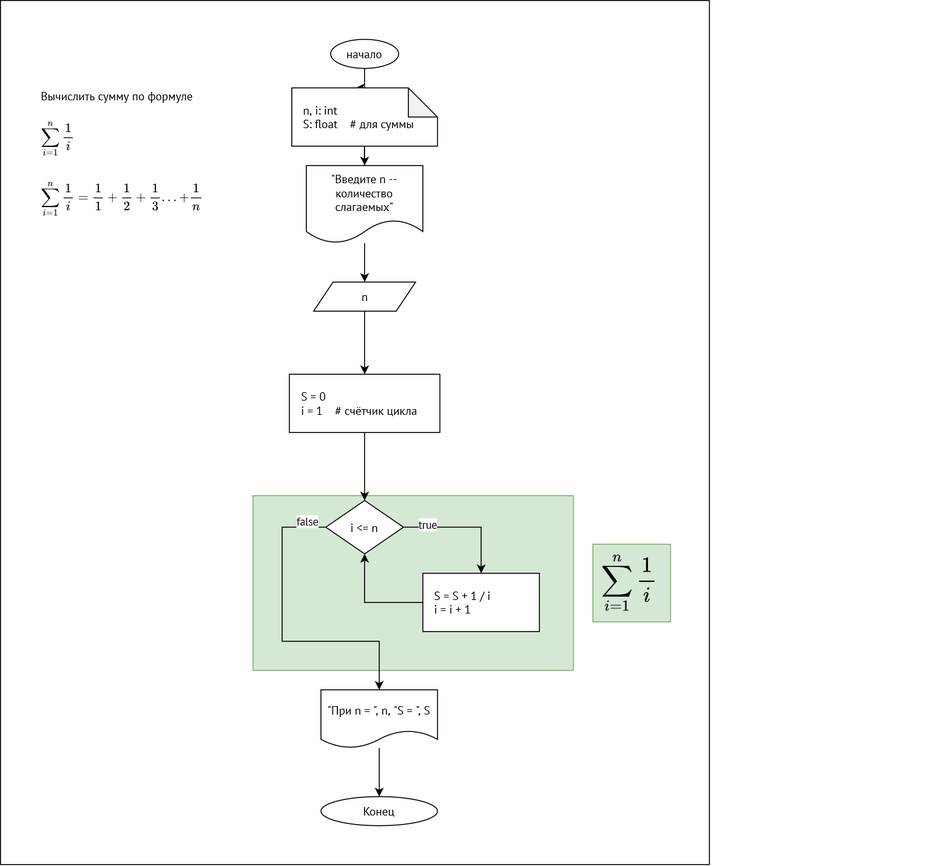
The draw.io diagram 2022_s/cycles_examples1.drawio.png in VetrovSV/Programming, before a commit. Source tidied: cells renumbered, new cells last; positions are measured from the earlier drawing's top-left corner, leaving out a move shared by most shapes.
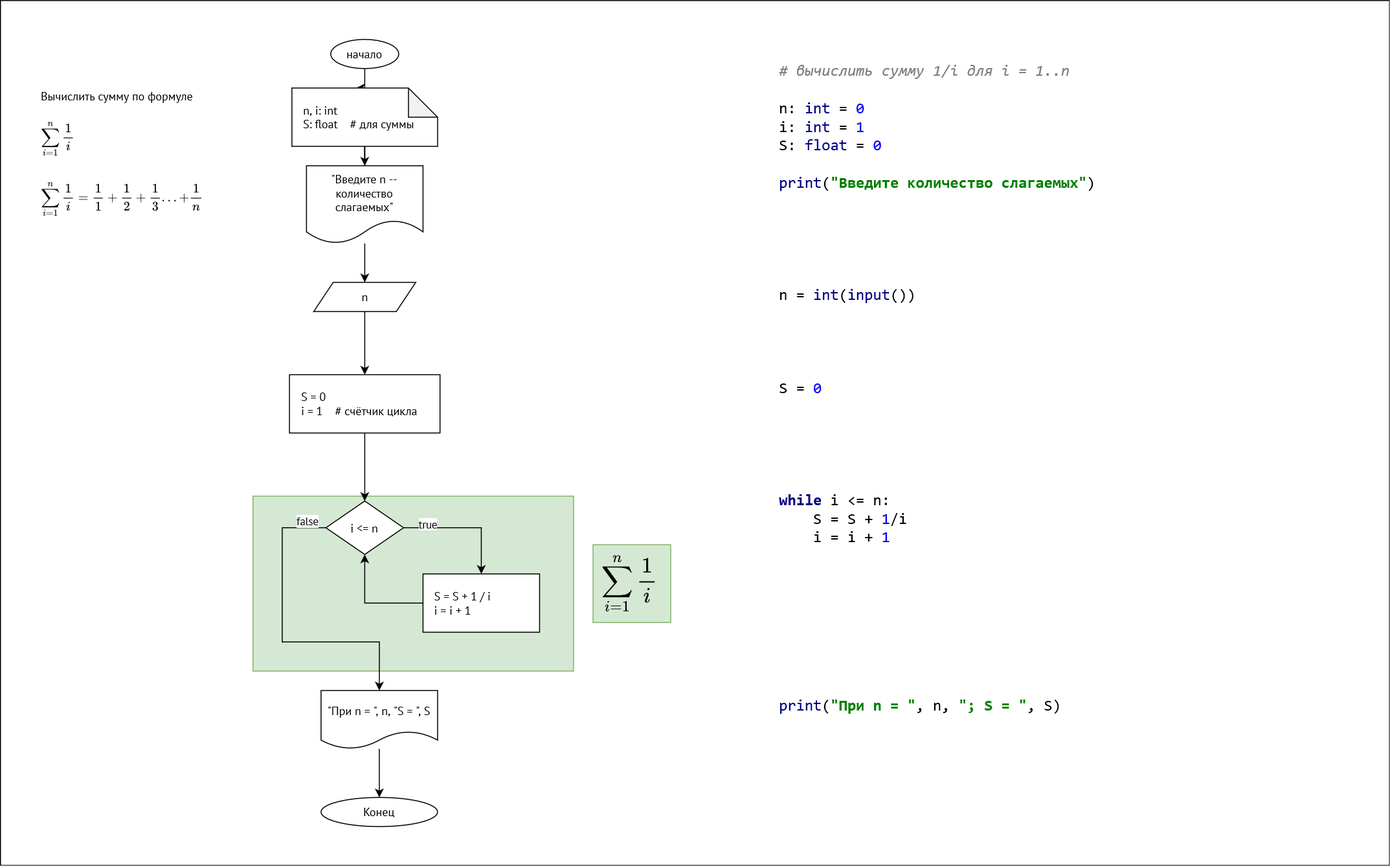
The same file after the commit.

What changed in the source:
```diff
@@ -3,7 +3,7 @@
     <mxCell id="0" />
     <mxCell id="1" parent="0" />
     <mxCell id="2" style="rounded=0;whiteSpace=wrap;html=1;fontSize=20;" parent="1" vertex="1">
-      <mxGeometry width="730" height="890" as="geometry" />
+      <mxGeometry width="1430" height="890" as="geometry" />
     </mxCell>
     <mxCell id="3" style="rounded=0;whiteSpace=wrap;html=1;fillColor=#d5e8d4;strokeColor=#82b366;" parent="1" vertex="1">
       <mxGeometry x="260" y="510" width="330" height="180" as="geometry" />
@@ -84,5 +84,8 @@
     <mxCell id="26" value="$$ \sum \limits_{i=1}^{n} \frac{1}{i} $$" style="text;html=1;align=left;verticalAlign=middle;strokeColor=none;fillColor=none;fontFamily=PT Sans;fontSource=https%3A%2F%2Ffonts.googleapis.com%2Fcss%3Ffamily%3DPT%2BSans;fontSize=20;" parent="1" vertex="1">
       <mxGeometry x="617" y="580" width="350" height="40" as="geometry" />
     </mxCell>
+    <mxCell id="27" value="&lt;pre style=&quot;background-color: rgb(255, 255, 255); color: rgb(0, 0, 0); font-family: &amp;quot;JetBrains Mono&amp;quot;, monospace; font-size: 16px;&quot;&gt;&lt;span style=&quot;color: rgb(128, 128, 128); font-style: italic; font-size: 16px;&quot;&gt;# вычислить сумму 1/i для i = 1..n&lt;br style=&quot;font-size: 16px;&quot;&gt;&lt;/span&gt;&lt;span style=&quot;color: rgb(128, 128, 128); font-style: italic; font-size: 16px;&quot;&gt;&lt;br style=&quot;font-size: 16px;&quot;&gt;&lt;/span&gt;n: &lt;span style=&quot;color: rgb(0, 0, 128); font-size: 16px;&quot;&gt;int &lt;/span&gt;= &lt;span style=&quot;color: rgb(0, 0, 255); font-size: 16px;&quot;&gt;0&lt;br style=&quot;font-size: 16px;&quot;&gt;&lt;/span&gt;i: &lt;span style=&quot;color: rgb(0, 0, 128); font-size: 16px;&quot;&gt;int &lt;/span&gt;= &lt;span style=&quot;color: rgb(0, 0, 255); font-size: 16px;&quot;&gt;1&lt;br style=&quot;font-size: 16px;&quot;&gt;&lt;/span&gt;S: &lt;span style=&quot;color: rgb(0, 0, 128); font-size: 16px;&quot;&gt;float &lt;/span&gt;= &lt;span style=&quot;color: rgb(0, 0, 255); font-size: 16px;&quot;&gt;0&lt;br style=&quot;font-size: 16px;&quot;&gt;&lt;br style=&quot;font-size: 16px;&quot;&gt;&lt;/span&gt;&lt;span style=&quot;color: rgb(0, 0, 128); font-size: 16px;&quot;&gt;print&lt;/span&gt;(&lt;span style=&quot;color: rgb(0, 128, 0); font-weight: bold; font-size: 16px;&quot;&gt;&quot;Введите количество слагаемых&quot;&lt;/span&gt;)&lt;br style=&quot;font-size: 16px;&quot;&gt;&lt;br&gt;&lt;br&gt;&lt;br&gt;&lt;br&gt;&lt;br&gt;n = &lt;span style=&quot;color: rgb(0, 0, 128); font-size: 16px;&quot;&gt;int&lt;/span&gt;(&lt;span style=&quot;color: rgb(0, 0, 128); font-size: 16px;&quot;&gt;input&lt;/span&gt;())&lt;br style=&quot;font-size: 16px;&quot;&gt;&lt;br style=&quot;font-size: 16px;&quot;&gt;&lt;br style=&quot;font-size: 16px;&quot;&gt;&lt;br&gt;&lt;br style=&quot;font-size: 16px;&quot;&gt;S = &lt;span style=&quot;color: rgb(0, 0, 255); font-size: 16px;&quot;&gt;0&lt;br style=&quot;font-size: 16px;&quot;&gt;&lt;br style=&quot;font-size: 16px;&quot;&gt;&lt;/span&gt;&lt;span style=&quot;color: rgb(0, 0, 128); font-weight: bold; font-size: 16px;&quot;&gt;&lt;br&gt;&lt;br&gt;&lt;br&gt;&lt;br&gt;while &lt;/span&gt;i &amp;lt;= n:&lt;br style=&quot;font-size: 16px;&quot;&gt;    S = S + &lt;span style=&quot;color: rgb(0, 0, 255); font-size: 16px;&quot;&gt;1&lt;/span&gt;/i&lt;br style=&quot;font-size: 16px;&quot;&gt;    i = i + &lt;span style=&quot;color: rgb(0, 0, 255); font-size: 16px;&quot;&gt;1&lt;br style=&quot;font-size: 16px;&quot;&gt;&lt;/span&gt;&lt;span style=&quot;color: rgb(0, 0, 255); font-size: 16px;&quot;&gt;&lt;br style=&quot;font-size: 16px;&quot;&gt;&lt;/span&gt;&lt;span style=&quot;color: rgb(0, 0, 255); font-size: 16px;&quot;&gt;&lt;br style=&quot;font-size: 16px;&quot;&gt;&lt;/span&gt;&lt;span style=&quot;color: rgb(0, 0, 128); font-size: 16px;&quot;&gt;&lt;br&gt;&lt;br&gt;&lt;br&gt;&lt;br&gt;&lt;br&gt;&lt;br&gt;print&lt;/span&gt;(&lt;span style=&quot;color: rgb(0, 128, 0); font-weight: bold; font-size: 16px;&quot;&gt;&quot;При n = &quot;&lt;/span&gt;, n, &lt;span style=&quot;color: rgb(0, 128, 0); font-weight: bold; font-size: 16px;&quot;&gt;&quot;; S = &quot;&lt;/span&gt;, S)&lt;br style=&quot;font-size: 16px;&quot;&gt;&lt;br style=&quot;font-size: 16px;&quot;&gt;&lt;/pre&gt;" style="text;whiteSpace=wrap;html=1;fontSize=16;" parent="1" vertex="1">
+      <mxGeometry x="800" y="40" width="440" height="740" as="geometry" />
+    </mxCell>
   </root>
 </mxGraphModel>
```
